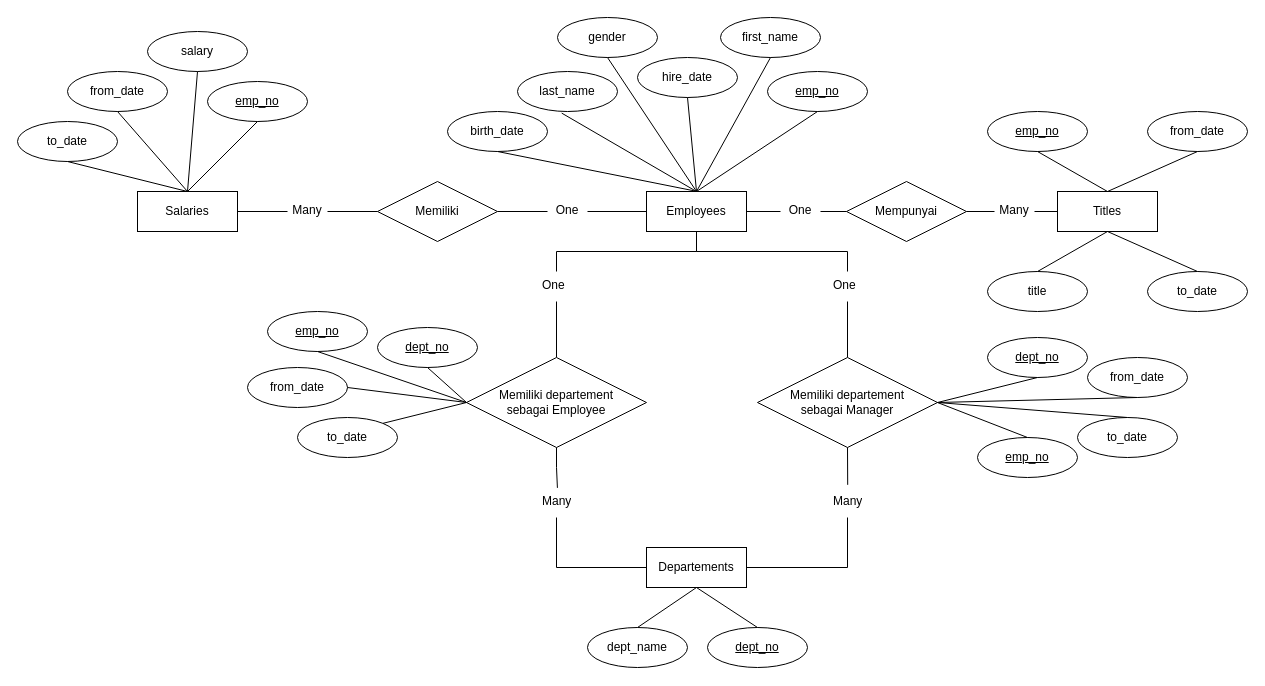
Before: ERD1.drawio in dapzz-id/DrawIO, a draw.io diagram. Source tidied: cells renumbered, new cells numbered last; positions are measured from the earlier drawing's top-left corner, leaving out a move shared by most shapes. Both pictures are drawn from the tidied source at 100%, with x=0, y=0 at pixel (17, 17).
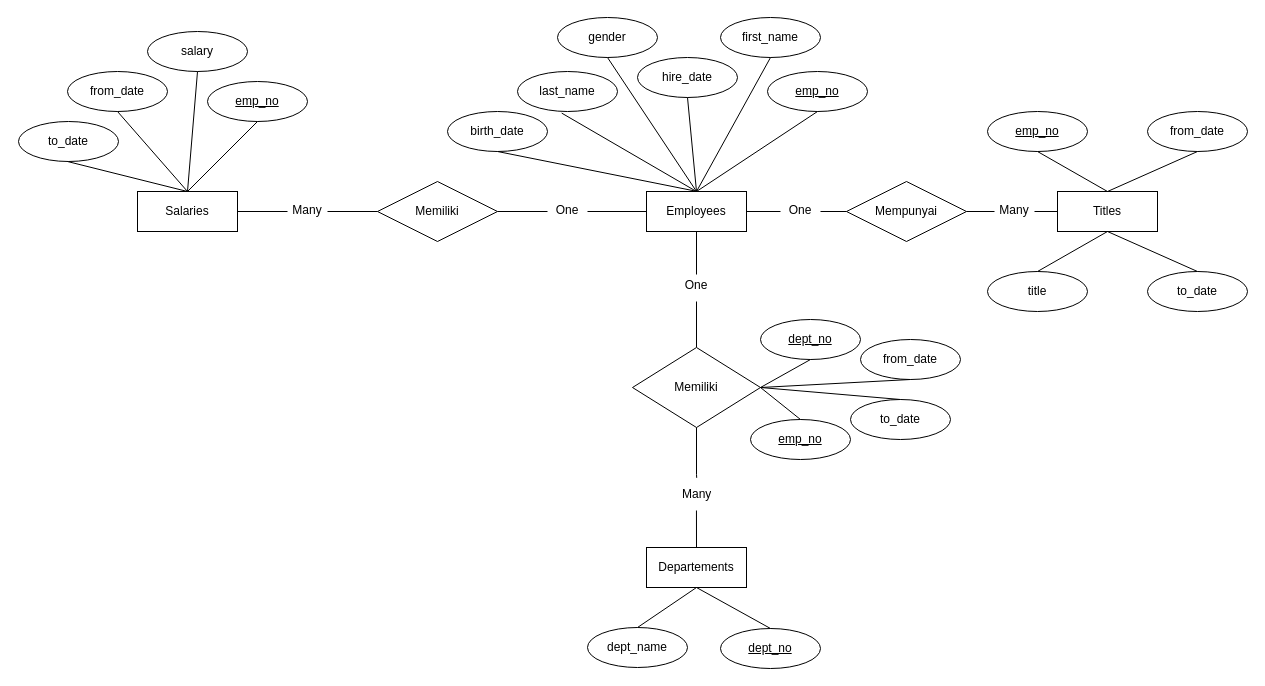
The same page after the edit.

Unchanged cells that the change refers to:
```xml
<mxCell id="6" value="Employees" style="whiteSpace=wrap;html=1;align=center;" parent="1" vertex="1">
  <mxGeometry x="629" y="174" width="100" height="40" as="geometry" />
</mxCell>
<mxCell id="26" value="Salaries" style="whiteSpace=wrap;html=1;align=center;" parent="1" vertex="1">
  <mxGeometry x="120" y="174" width="100" height="40" as="geometry" />
</mxCell>
<mxCell id="65" value="Departements" style="whiteSpace=wrap;html=1;align=center;" parent="1" vertex="1">
  <mxGeometry x="629" y="530" width="100" height="40" as="geometry" />
</mxCell>
```

Change to the diagram source:
```diff
@@
     <mxCell id="4" style="edgeStyle=orthogonalEdgeStyle;rounded=0;jettySize=auto;html=1;exitX=0.5;exitY=1;exitDx=0;exitDy=0;entryX=0.5;entryY=0;entryDx=0;entryDy=0;endArrow=none;endFill=0;" parent="1" edge="1" source="56" target="42">
       <mxGeometry relative="1" as="geometry">
         <Array as="points">
-          <mxPoint x="830" y="284" />
+          <mxPoint x="679" y="284" />
         </Array>
       </mxGeometry>
     </mxCell>
-    <mxCell id="5" style="edgeStyle=orthogonalEdgeStyle;rounded=0;jettySize=auto;html=1;exitX=0.5;exitY=1;exitDx=0;exitDy=0;entryX=0.5;entryY=0;entryDx=0;entryDy=0;endArrow=none;endFill=0;" parent="1" edge="1" source="54" target="52">
-      <mxGeometry relative="1" as="geometry">
-        <Array as="points">
-          <mxPoint x="539" y="284" />
-        </Array>
-      </mxGeometry>
-    </mxCell>
@@
     <mxCell id="39" value="to_date" style="ellipse;whiteSpace=wrap;html=1;align=center;" parent="1" vertex="1">
-      <mxGeometry y="104" width="100" height="40" as="geometry" />
+      <mxGeometry x="1" y="104" width="100" height="40" as="geometry" />
     </mxCell>
-    <mxCell id="40" style="endArrow=none;html=1;rounded=0;exitX=0.5;exitY=1;exitDx=0;exitDy=0;entryX=0.5;entryY=0;entryDx=0;entryDy=0;" parent="1" edge="1" source="39" target="26">
-      <mxGeometry relative="1" as="geometry" />
+    <mxCell id="40" style="endArrow=none;html=1;rounded=0;exitX=0.5;exitY=1;exitDx=0;exitDy=0;entryX=0.5;entryY=0;entryDx=0;entryDy=0;" parent="1" edge="1" target="26">
+      <mxGeometry relative="1" as="geometry">
+        <mxPoint x="50" y="144" as="sourcePoint" />
+      </mxGeometry>
     </mxCell>
-    <mxCell id="41" style="edgeStyle=orthogonalEdgeStyle;rounded=0;jettySize=auto;html=1;exitX=0.5;exitY=1;exitDx=0;exitDy=0;entryX=1;entryY=0.5;entryDx=0;entryDy=0;endArrow=none;endFill=0;" parent="1" edge="1" source="77" target="65">
-      <mxGeometry relative="1" as="geometry" />
-    </mxCell>
-    <mxCell id="42" value="Memiliki departement&lt;div&gt;sebagai Manager&lt;/div&gt;" style="shape=rhombus;perimeter=rhombusPerimeter;whiteSpace=wrap;html=1;align=center;" parent="1" vertex="1">
-      <mxGeometry x="740" y="340" width="180" height="90" as="geometry" />
+    <mxCell id="42" value="Memiliki" style="shape=rhombus;perimeter=rhombusPerimeter;whiteSpace=wrap;html=1;align=center;" parent="1" vertex="1">
+      <mxGeometry x="615" y="330" width="128" height="80" as="geometry" />
     </mxCell>
     <mxCell id="43" value="dept_no" style="ellipse;whiteSpace=wrap;html=1;align=center;fontStyle=4;" parent="1" vertex="1">
-      <mxGeometry x="970" y="320" width="100" height="40" as="geometry" />
+      <mxGeometry x="743" y="302" width="100" height="40" as="geometry" />
     </mxCell>
@@
     <mxCell id="45" value="emp_no" style="ellipse;whiteSpace=wrap;html=1;align=center;fontStyle=4;" parent="1" vertex="1">
-      <mxGeometry x="960" y="420" width="100" height="40" as="geometry" />
+      <mxGeometry x="733" y="402" width="100" height="40" as="geometry" />
     </mxCell>
@@
     <mxCell id="47" value="from_date" style="ellipse;whiteSpace=wrap;html=1;align=center;" parent="1" vertex="1">
-      <mxGeometry x="1070" y="340" width="100" height="40" as="geometry" />
+      <mxGeometry x="843" y="322" width="100" height="40" as="geometry" />
     </mxCell>
@@
     <mxCell id="49" value="to_date" style="ellipse;whiteSpace=wrap;html=1;align=center;" parent="1" vertex="1">
-      <mxGeometry x="1060" y="400" width="100" height="40" as="geometry" />
+      <mxGeometry x="833" y="382" width="100" height="40" as="geometry" />
     </mxCell>
@@
-    <mxCell id="51" style="edgeStyle=orthogonalEdgeStyle;rounded=0;jettySize=auto;html=1;exitX=0.5;exitY=1;exitDx=0;exitDy=0;entryX=0;entryY=0.5;entryDx=0;entryDy=0;endArrow=none;endFill=0;" parent="1" edge="1" source="75" target="65">
-      <mxGeometry relative="1" as="geometry" />
-    </mxCell>
-    <mxCell id="52" value="Memiliki departement&lt;div&gt;sebagai Employee&lt;/div&gt;" style="shape=rhombus;perimeter=rhombusPerimeter;whiteSpace=wrap;html=1;align=center;" parent="1" vertex="1">
-      <mxGeometry x="449" y="340" width="180" height="90" as="geometry" />
-    </mxCell>
-    <mxCell id="53" style="edgeStyle=orthogonalEdgeStyle;rounded=0;jettySize=auto;html=1;exitX=0.5;exitY=1;exitDx=0;exitDy=0;entryX=0.5;entryY=0;entryDx=0;entryDy=0;endArrow=none;endFill=0;" parent="1" edge="1" source="6" target="54">
-      <mxGeometry relative="1" as="geometry" />
-    </mxCell>
-    <mxCell id="54" value="One" style="text;strokeColor=none;fillColor=none;spacingLeft=4;spacingRight=4;overflow=hidden;points=[[0,0.5],[1,0.5]];portConstraint=eastwest;fontSize=12;whiteSpace=wrap;html=1;" parent="1" vertex="1">
-      <mxGeometry x="519" y="254" width="40" height="30" as="geometry" />
-    </mxCell>
-    <mxCell id="55" style="edgeStyle=orthogonalEdgeStyle;rounded=0;jettySize=auto;html=1;exitX=0.5;exitY=1;exitDx=0;exitDy=0;entryX=0.5;entryY=0;entryDx=0;entryDy=0;endArrow=none;endFill=0;" parent="1" edge="1" source="6" target="56">
-      <mxGeometry relative="1" as="geometry" />
+    <mxCell id="55" style="edgeStyle=orthogonalEdgeStyle;rounded=0;jettySize=auto;html=1;exitX=0.5;exitY=1;exitDx=0;exitDy=0;endArrow=none;endFill=0;" parent="1" edge="1" source="6">
+      <mxGeometry relative="1" as="geometry">
+        <mxPoint x="679" y="257" as="targetPoint" />
+      </mxGeometry>
     </mxCell>
-    <mxCell id="56" value="One" style="text;strokeColor=none;fillColor=none;spacingLeft=4;spacingRight=4;overflow=hidden;points=[[0,0.5],[1,0.5]];portConstraint=eastwest;fontSize=12;whiteSpace=wrap;html=1;" parent="1" vertex="1">
-      <mxGeometry x="810" y="254" width="40" height="30" as="geometry" />
+    <mxCell id="56" value="One" style="text;strokeColor=none;fillColor=none;spacingLeft=4;spacingRight=4;overflow=hidden;points=[[0,0.5],[1,0.5]];portConstraint=eastwest;fontSize=12;whiteSpace=wrap;html=1;align=center;" parent="1" vertex="1">
+      <mxGeometry x="659" y="254" width="40" height="30" as="geometry" />
     </mxCell>
@@
-    <mxCell id="66" value="dept_no" style="ellipse;whiteSpace=wrap;html=1;align=center;fontStyle=4;" parent="1" vertex="1">
-      <mxGeometry x="360" y="310" width="100" height="40" as="geometry" />
-    </mxCell>
-    <mxCell id="67" style="endArrow=none;html=1;rounded=0;exitX=0.5;exitY=1;exitDx=0;exitDy=0;entryX=0;entryY=0.5;entryDx=0;entryDy=0;" parent="1" edge="1" source="66" target="52">
-      <mxGeometry relative="1" as="geometry" />
-    </mxCell>
-    <mxCell id="68" value="emp_no" style="ellipse;whiteSpace=wrap;html=1;align=center;fontStyle=4;" parent="1" vertex="1">
-      <mxGeometry x="250" y="294" width="100" height="40" as="geometry" />
-    </mxCell>
-    <mxCell id="69" style="endArrow=none;html=1;rounded=0;exitX=0.5;exitY=1;exitDx=0;exitDy=0;entryX=0;entryY=0.5;entryDx=0;entryDy=0;" parent="1" edge="1" source="68" target="52">
-      <mxGeometry relative="1" as="geometry" />
-    </mxCell>
-    <mxCell id="70" value="from_date" style="ellipse;whiteSpace=wrap;html=1;align=center;" parent="1" vertex="1">
-      <mxGeometry x="230" y="350" width="100" height="40" as="geometry" />
-    </mxCell>
-    <mxCell id="71" style="endArrow=none;html=1;rounded=0;exitX=1;exitY=0.5;exitDx=0;exitDy=0;entryX=0;entryY=0.5;entryDx=0;entryDy=0;" parent="1" edge="1" source="70" target="52">
-      <mxGeometry relative="1" as="geometry" />
-    </mxCell>
-    <mxCell id="72" value="to_date" style="ellipse;whiteSpace=wrap;html=1;align=center;" parent="1" vertex="1">
-      <mxGeometry x="280" y="400" width="100" height="40" as="geometry" />
-    </mxCell>
-    <mxCell id="73" style="endArrow=none;html=1;rounded=0;exitX=1;exitY=0;exitDx=0;exitDy=0;entryX=0;entryY=0.5;entryDx=0;entryDy=0;" parent="1" edge="1" source="72" target="52">
-      <mxGeometry relative="1" as="geometry" />
-    </mxCell>
-    <mxCell id="74" style="edgeStyle=orthogonalEdgeStyle;rounded=0;jettySize=auto;html=1;exitX=0.5;exitY=1;exitDx=0;exitDy=0;entryX=0.523;entryY=0.013;entryDx=0;entryDy=0;endArrow=none;endFill=0;entryPerimeter=0;" parent="1" edge="1" source="52" target="75">
-      <mxGeometry relative="1" as="geometry" />
-    </mxCell>
-    <mxCell id="75" value="Many" style="text;strokeColor=none;fillColor=none;spacingLeft=4;spacingRight=4;overflow=hidden;points=[[0,0.5],[1,0.5]];portConstraint=eastwest;fontSize=12;whiteSpace=wrap;html=1;" parent="1" vertex="1">
-      <mxGeometry x="519" y="470" width="40" height="30" as="geometry" />
-    </mxCell>
     <mxCell id="76" style="edgeStyle=orthogonalEdgeStyle;rounded=0;jettySize=auto;html=1;exitX=0.5;exitY=1;exitDx=0;exitDy=0;entryX=0.505;entryY=-0.089;entryDx=0;entryDy=0;endArrow=none;endFill=0;entryPerimeter=0;" parent="1" edge="1" source="42" target="77">
-      <mxGeometry relative="1" as="geometry" />
+      <mxGeometry relative="1" as="geometry">
+        <Array as="points">
+          <mxPoint x="679" y="457" />
+          <mxPoint x="679" y="457" />
+        </Array>
+      </mxGeometry>
     </mxCell>
     <mxCell id="77" value="Many" style="text;strokeColor=none;fillColor=none;spacingLeft=4;spacingRight=4;overflow=hidden;points=[[0,0.5],[1,0.5]];portConstraint=eastwest;fontSize=12;whiteSpace=wrap;html=1;" parent="1" vertex="1">
-      <mxGeometry x="810" y="470" width="40" height="30" as="geometry" />
+      <mxGeometry x="659" y="463" width="40" height="30" as="geometry" />
     </mxCell>
     <mxCell id="78" value="dept_no" style="ellipse;whiteSpace=wrap;html=1;align=center;fontStyle=4;" parent="1" vertex="1">
-      <mxGeometry x="690" y="610" width="100" height="40" as="geometry" />
+      <mxGeometry x="703" y="611" width="100" height="40" as="geometry" />
     </mxCell>
@@
+    <mxCell id="82" style="edgeStyle=orthogonalEdgeStyle;rounded=0;jettySize=auto;html=1;exitX=0.5;exitY=0;exitDx=0;exitDy=0;entryX=0.499;entryY=1;entryDx=0;entryDy=0;entryPerimeter=0;endArrow=none;endFill=0;" parent="1" edge="1" source="65" target="77">
+      <mxGeometry relative="1" as="geometry" />
+    </mxCell>
```
